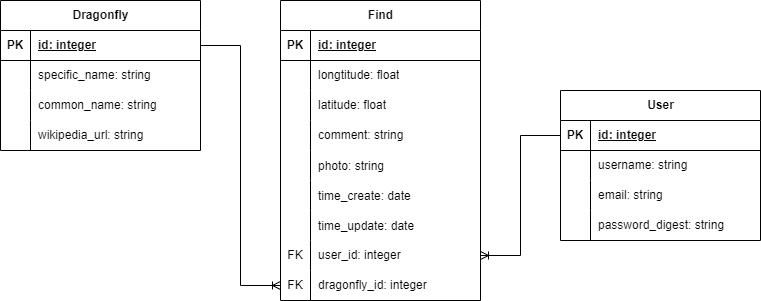
Above: media/db_scheme.png in sueta1995/CourseWork_TRPS (draw.io), before the change. Source tidied: cells renumbered, new cells last; positions are measured from the earlier drawing's top-left corner, leaving out a move shared by most shapes.
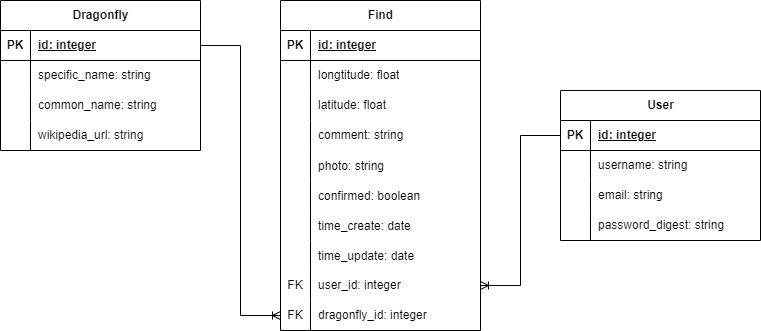
The same file after the commit.

Commit message:
изменена схема бд

Diff of the diagram source:
```diff
@@ -3,7 +3,7 @@
     <mxCell id="0" />
     <mxCell id="1" parent="0" />
     <mxCell id="2" value="Find" style="shape=table;startSize=30;rowLines=0;fontStyle=1;align=center;html=1;" parent="1" vertex="1">
-      <mxGeometry x="280" width="200" height="300" as="geometry" />
+      <mxGeometry x="280" width="200" height="330" as="geometry" />
     </mxCell>
     <mxCell id="3" style="shape=tableRow;horizontal=0;startSize=0;swimlaneHead=0;swimlaneBody=0;fillColor=none;top=0;left=0;right=0;bottom=1;" parent="2" vertex="1">
       <mxGeometry y="30" width="200" height="30" as="geometry" />
@@ -50,8 +50,17 @@
     <mxCell id="17" value="photo: string" style="shape=partialRectangle;fillColor=none;top=0;left=0;bottom=0;right=0;align=left;spacingLeft=6;overflow=hidden;" parent="15" vertex="1">
       <mxGeometry x="30" width="170" height="30" as="geometry" />
     </mxCell>
+    <mxCell id="58" style="shape=tableRow;horizontal=0;startSize=0;swimlaneHead=0;swimlaneBody=0;fillColor=none;top=0;left=0;right=0;bottom=0;" parent="2" vertex="1">
+      <mxGeometry y="180" width="200" height="30" as="geometry" />
+    </mxCell>
+    <mxCell id="59" style="shape=partialRectangle;fillColor=none;top=0;left=0;bottom=0;right=0;overflow=hidden;" parent="58" vertex="1">
+      <mxGeometry width="30" height="30" as="geometry" />
+    </mxCell>
+    <mxCell id="60" value="confirmed: boolean" style="shape=partialRectangle;fillColor=none;top=0;left=0;bottom=0;right=0;align=left;spacingLeft=6;overflow=hidden;" parent="58" vertex="1">
+      <mxGeometry x="30" width="170" height="30" as="geometry" />
+    </mxCell>
     <mxCell id="18" style="shape=tableRow;horizontal=0;startSize=0;swimlaneHead=0;swimlaneBody=0;fillColor=none;top=0;left=0;right=0;bottom=0;" parent="2" vertex="1">
-      <mxGeometry y="180" width="200" height="30" as="geometry" />
+      <mxGeometry y="210" width="200" height="30" as="geometry" />
     </mxCell>
     <mxCell id="19" style="shape=partialRectangle;fillColor=none;top=0;left=0;bottom=0;right=0;overflow=hidden;" parent="18" vertex="1">
       <mxGeometry width="30" height="30" as="geometry" />
@@ -60,7 +69,7 @@
       <mxGeometry x="30" width="170" height="30" as="geometry" />
     </mxCell>
     <mxCell id="21" style="shape=tableRow;horizontal=0;startSize=0;swimlaneHead=0;swimlaneBody=0;fillColor=none;top=0;left=0;right=0;bottom=0;" parent="2" vertex="1">
-      <mxGeometry y="210" width="200" height="30" as="geometry" />
+      <mxGeometry y="240" width="200" height="30" as="geometry" />
     </mxCell>
     <mxCell id="22" style="shape=partialRectangle;fillColor=none;top=0;left=0;bottom=0;right=0;overflow=hidden;" parent="21" vertex="1">
       <mxGeometry width="30" height="30" as="geometry" />
@@ -69,7 +78,7 @@
       <mxGeometry x="30" width="170" height="30" as="geometry" />
     </mxCell>
     <mxCell id="24" style="shape=tableRow;horizontal=0;startSize=0;swimlaneHead=0;swimlaneBody=0;fillColor=none;points=[[0,0.5],[1,0.5]];portConstraint=eastwest;top=0;left=0;right=0;bottom=0;" parent="2" vertex="1">
-      <mxGeometry y="240" width="200" height="30" as="geometry" />
+      <mxGeometry y="270" width="200" height="30" as="geometry" />
     </mxCell>
     <mxCell id="25" value="FK" style="shape=partialRectangle;fillColor=none;top=0;left=0;bottom=0;right=0;fontStyle=0;overflow=hidden;whiteSpace=wrap;html=1;" parent="24" vertex="1">
       <mxGeometry width="30" height="30" as="geometry" />
@@ -78,7 +87,7 @@
       <mxGeometry x="30" width="170" height="30" as="geometry" />
     </mxCell>
     <mxCell id="27" style="shape=tableRow;horizontal=0;startSize=0;swimlaneHead=0;swimlaneBody=0;fillColor=none;points=[[0,0.5],[1,0.5]];portConstraint=eastwest;top=0;left=0;right=0;bottom=0;" parent="2" vertex="1">
-      <mxGeometry y="270" width="200" height="30" as="geometry" />
+      <mxGeometry y="300" width="200" height="30" as="geometry" />
     </mxCell>
     <mxCell id="28" value="FK" style="shape=partialRectangle;fillColor=none;top=0;left=0;bottom=0;right=0;fontStyle=0;overflow=hidden;whiteSpace=wrap;html=1;" parent="27" vertex="1">
       <mxGeometry width="30" height="30" as="geometry" />
```
